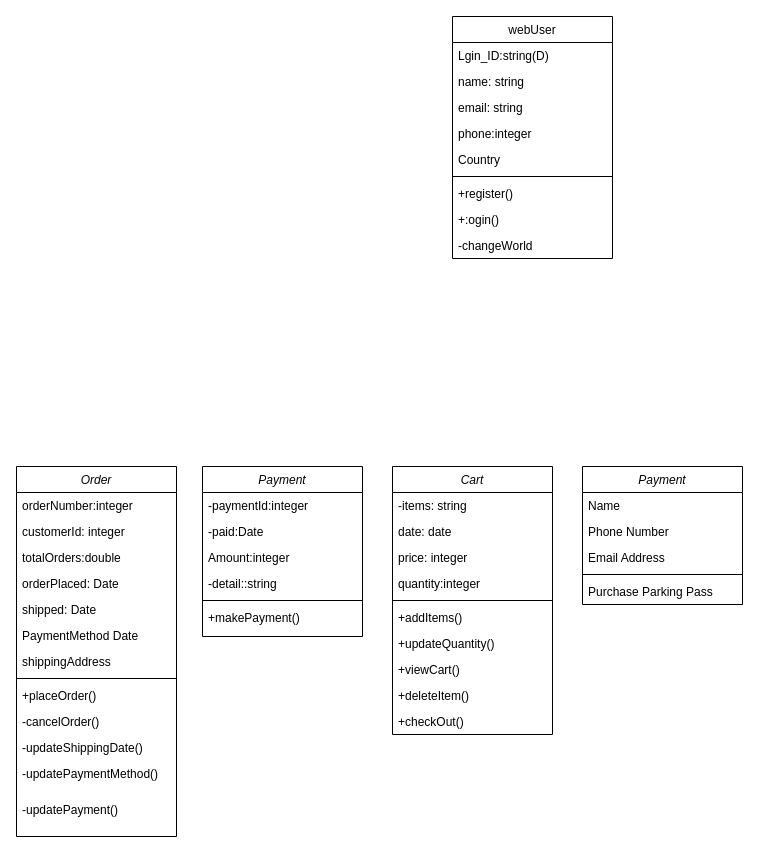
Before: Class Diagram.drawio in HaseebSheikh417/FYP-Chatbot, a draw.io diagram. Source tidied: cells renumbered, new cells numbered last; positions are measured from the earlier drawing's top-left corner, leaving out a move shared by most shapes. Both pictures are drawn from the tidied source at 100%, with x=0, y=0 at pixel (16, 16).
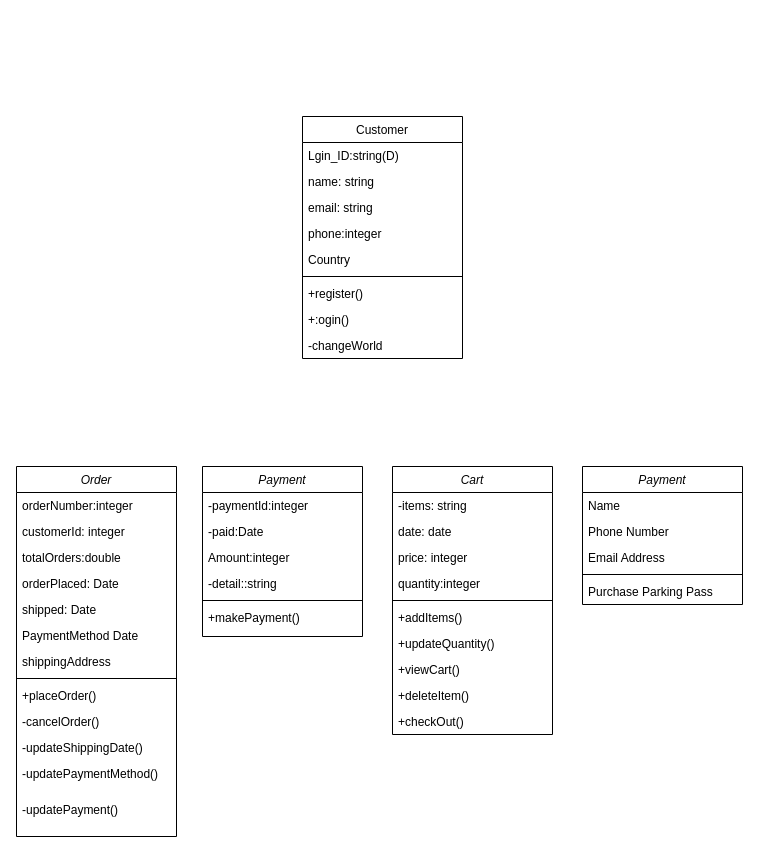
Above is the later version.

Diff of the diagram source:
```diff
@@
-    <mxCell id="40" value="webUser" style="swimlane;fontStyle=0;align=center;verticalAlign=top;horizontal=1;startSize=26;rounded=0;shadow=0;strokeWidth=1;" parent="1" vertex="1">
-      <mxGeometry x="436" width="160" height="242" as="geometry" />
+    <mxCell id="40" value="Customer" style="swimlane;fontStyle=0;align=center;verticalAlign=top;horizontal=1;startSize=26;rounded=0;shadow=0;strokeWidth=1;" parent="1" vertex="1">
+      <mxGeometry x="286" y="100" width="160" height="242" as="geometry" />
     </mxCell>
```
